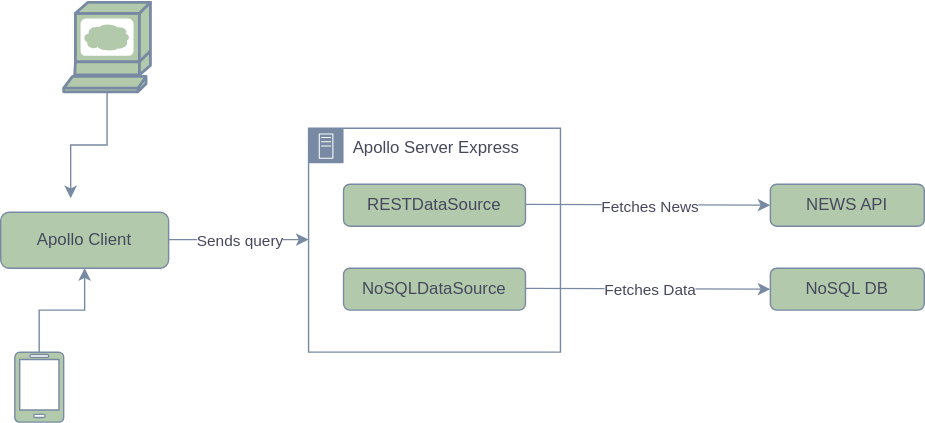
Above: screenshots/wireframe/flow.svg in MKS-01/GraphQL-NewsApi (draw.io), before the change. Source tidied: cells renumbered, new cells last; positions are measured from the earlier drawing's top-left corner, leaving out a move shared by most shapes. The source it was exported from:
```xml
<mxGraphModel>
  <root>
    <mxCell id="0" />
    <mxCell id="1" parent="0" />
    <mxCell id="2" value="Apollo Client" style="rounded=1;whiteSpace=wrap;html=1;spacing=0;fillColor=#B2C9AB;strokeColor=#788AA3;fontColor=#46495D;" parent="1" vertex="1">
      <mxGeometry y="150" width="120" height="40" as="geometry" />
    </mxCell>
    <mxCell id="3" value="NEWS API" style="rounded=1;whiteSpace=wrap;html=1;spacing=0;fillColor=#B2C9AB;strokeColor=#788AA3;fontColor=#46495D;" parent="1" vertex="1">
      <mxGeometry x="550" y="130" width="110" height="30" as="geometry" />
    </mxCell>
    <mxCell id="4" style="endArrow=classic;html=1;strokeColor=#788AA3;fontColor=#46495D;" parent="1" edge="1">
      <mxGeometry relative="1" as="geometry">
        <mxPoint x="120" y="169.6" as="sourcePoint" />
        <mxPoint x="220" y="169.6" as="targetPoint" />
      </mxGeometry>
    </mxCell>
    <mxCell id="5" value="Sends query" style="edgeLabel;html=1;align=center;verticalAlign=middle;fontColor=#46495D;" parent="4" vertex="1">
      <mxGeometry relative="1" as="geometry" />
    </mxCell>
    <mxCell id="6" value="NoSQLDataSource" style="rounded=1;whiteSpace=wrap;html=1;spacing=0;fillColor=#B2C9AB;strokeColor=#788AA3;fontColor=#46495D;" parent="1" vertex="1">
      <mxGeometry x="245" y="190" width="130" height="30" as="geometry" />
    </mxCell>
    <mxCell id="7" value="RESTDataSource" style="rounded=1;whiteSpace=wrap;html=1;spacing=0;fillColor=#B2C9AB;strokeColor=#788AA3;fontColor=#46495D;" parent="1" vertex="1">
      <mxGeometry x="245" y="130" width="130" height="30" as="geometry" />
    </mxCell>
    <mxCell id="8" value="Apollo Server Express" style="html=1;whiteSpace=wrap;fontSize=12;fontStyle=0;shape=mxgraph.aws4.group;grIcon=mxgraph.aws4.group_on_premise;fillColor=none;verticalAlign=top;align=left;spacingLeft=30;dashed=0;labelBackgroundColor=none;strokeColor=#788AA3;fontColor=#46495D;" parent="1" vertex="1">
      <mxGeometry x="220" y="90" width="180" height="160" as="geometry" />
    </mxCell>
    <mxCell id="9" value="NoSQL DB" style="rounded=1;whiteSpace=wrap;html=1;spacing=0;fillColor=#B2C9AB;strokeColor=#788AA3;fontColor=#46495D;" parent="1" vertex="1">
      <mxGeometry x="550" y="190" width="110" height="30" as="geometry" />
    </mxCell>
    <mxCell id="10" style="endArrow=classic;html=1;entryX=0;entryY=0.5;entryDx=0;entryDy=0;strokeColor=#788AA3;fontColor=#46495D;" parent="1" edge="1" target="9">
      <mxGeometry relative="1" as="geometry">
        <mxPoint x="375" y="204.4" as="sourcePoint" />
      </mxGeometry>
    </mxCell>
    <mxCell id="11" value="Fetches Data" style="edgeLabel;html=1;align=center;verticalAlign=middle;fontColor=#46495D;" parent="10" vertex="1">
      <mxGeometry relative="1" as="geometry" />
    </mxCell>
    <mxCell id="12" style="endArrow=classic;html=1;entryX=0;entryY=0.5;entryDx=0;entryDy=0;strokeColor=#788AA3;fontColor=#46495D;" parent="1" edge="1" target="3">
      <mxGeometry relative="1" as="geometry">
        <mxPoint x="375" y="144.4" as="sourcePoint" />
      </mxGeometry>
    </mxCell>
    <mxCell id="13" value="Fetches News" style="edgeLabel;html=1;align=center;verticalAlign=middle;fontColor=#46495D;" parent="12" vertex="1">
      <mxGeometry relative="1" as="geometry" />
    </mxCell>
    <mxCell id="14" style="edgeStyle=orthogonalEdgeStyle;rounded=0;jettySize=auto;html=1;strokeColor=#788AA3;fontColor=#46495D;" parent="1" edge="1" source="15" target="2">
      <mxGeometry relative="1" as="geometry" />
    </mxCell>
    <mxCell id="15" style="verticalLabelPosition=bottom;html=1;verticalAlign=top;align=center;shape=mxgraph.azure.mobile;labelBackgroundColor=none;fillColor=#B2C9AB;strokeColor=#788AA3;fontColor=#46495D;" parent="1" vertex="1">
      <mxGeometry x="10" y="250" width="35" height="50" as="geometry" />
    </mxCell>
    <mxCell id="16" style="edgeStyle=orthogonalEdgeStyle;rounded=0;jettySize=auto;html=1;strokeColor=#788AA3;fontColor=#46495D;" parent="1" edge="1" source="17">
      <mxGeometry relative="1" as="geometry">
        <mxPoint x="50" y="140" as="targetPoint" />
      </mxGeometry>
    </mxCell>
    <mxCell id="17" style="shape=mxgraph.cisco.computers_and_peripherals.web_browser;html=1;dashed=0;strokeWidth=2;verticalLabelPosition=bottom;verticalAlign=top;align=center;outlineConnect=0;labelBackgroundColor=none;fillColor=#B2C9AB;strokeColor=#788AA3;fontColor=#46495D;" parent="1" vertex="1">
      <mxGeometry x="45" width="62" height="64" as="geometry" />
    </mxCell>
  </root>
</mxGraphModel>
```
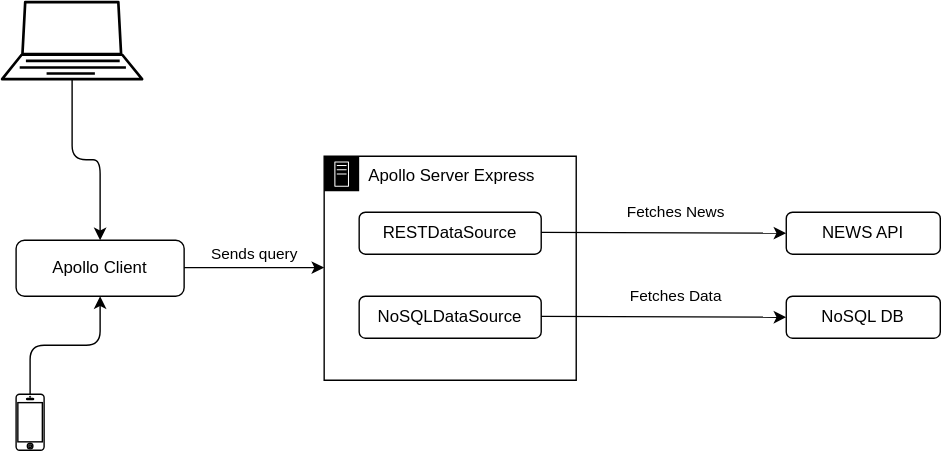
After the change.

What changed in the source:
```diff
@@ -2,62 +2,66 @@
   <root>
     <mxCell id="0" />
     <mxCell id="1" parent="0" />
-    <mxCell id="2" value="Apollo Client" style="rounded=1;whiteSpace=wrap;html=1;spacing=0;fillColor=#B2C9AB;strokeColor=#788AA3;fontColor=#46495D;" parent="1" vertex="1">
+    <mxCell id="2" value="Apollo Client" style="whiteSpace=wrap;html=1;spacing=0;rounded=1;" parent="1" vertex="1">
       <mxGeometry y="150" width="120" height="40" as="geometry" />
     </mxCell>
-    <mxCell id="3" value="NEWS API" style="rounded=1;whiteSpace=wrap;html=1;spacing=0;fillColor=#B2C9AB;strokeColor=#788AA3;fontColor=#46495D;" parent="1" vertex="1">
+    <mxCell id="3" value="NEWS API" style="whiteSpace=wrap;html=1;spacing=0;rounded=1;" parent="1" vertex="1">
       <mxGeometry x="550" y="130" width="110" height="30" as="geometry" />
     </mxCell>
-    <mxCell id="4" style="endArrow=classic;html=1;strokeColor=#788AA3;fontColor=#46495D;" parent="1" edge="1">
+    <mxCell id="4" style="endArrow=classic;html=1;" parent="1" edge="1">
       <mxGeometry relative="1" as="geometry">
         <mxPoint x="120" y="169.6" as="sourcePoint" />
         <mxPoint x="220" y="169.6" as="targetPoint" />
       </mxGeometry>
     </mxCell>
-    <mxCell id="5" value="Sends query" style="edgeLabel;html=1;align=center;verticalAlign=middle;fontColor=#46495D;" parent="4" vertex="1">
-      <mxGeometry relative="1" as="geometry" />
+    <mxCell id="5" value="Sends query" style="edgeLabel;html=1;align=center;verticalAlign=middle;labelBackgroundColor=none;rounded=1;labelBorderColor=none;" parent="4" vertex="1">
+      <mxGeometry relative="1" as="geometry">
+        <mxPoint y="-10" as="offset" />
+      </mxGeometry>
     </mxCell>
-    <mxCell id="6" value="NoSQLDataSource" style="rounded=1;whiteSpace=wrap;html=1;spacing=0;fillColor=#B2C9AB;strokeColor=#788AA3;fontColor=#46495D;" parent="1" vertex="1">
+    <mxCell id="6" value="NoSQLDataSource" style="whiteSpace=wrap;html=1;spacing=0;rounded=1;" parent="1" vertex="1">
       <mxGeometry x="245" y="190" width="130" height="30" as="geometry" />
     </mxCell>
-    <mxCell id="7" value="RESTDataSource" style="rounded=1;whiteSpace=wrap;html=1;spacing=0;fillColor=#B2C9AB;strokeColor=#788AA3;fontColor=#46495D;" parent="1" vertex="1">
+    <mxCell id="7" value="RESTDataSource" style="whiteSpace=wrap;html=1;spacing=0;rounded=1;" parent="1" vertex="1">
       <mxGeometry x="245" y="130" width="130" height="30" as="geometry" />
     </mxCell>
-    <mxCell id="8" value="Apollo Server Express" style="html=1;whiteSpace=wrap;fontSize=12;fontStyle=0;shape=mxgraph.aws4.group;grIcon=mxgraph.aws4.group_on_premise;fillColor=none;verticalAlign=top;align=left;spacingLeft=30;dashed=0;labelBackgroundColor=none;strokeColor=#788AA3;fontColor=#46495D;" parent="1" vertex="1">
+    <mxCell id="8" value="Apollo Server Express" style="html=1;whiteSpace=wrap;fontSize=12;fontStyle=0;shape=mxgraph.aws4.group;grIcon=mxgraph.aws4.group_on_premise;fillColor=none;verticalAlign=top;align=left;spacingLeft=30;dashed=0;labelBackgroundColor=none;rounded=1;" parent="1" vertex="1">
       <mxGeometry x="220" y="90" width="180" height="160" as="geometry" />
     </mxCell>
-    <mxCell id="9" value="NoSQL DB" style="rounded=1;whiteSpace=wrap;html=1;spacing=0;fillColor=#B2C9AB;strokeColor=#788AA3;fontColor=#46495D;" parent="1" vertex="1">
+    <mxCell id="9" value="NoSQL DB" style="whiteSpace=wrap;html=1;spacing=0;rounded=1;" parent="1" vertex="1">
       <mxGeometry x="550" y="190" width="110" height="30" as="geometry" />
     </mxCell>
-    <mxCell id="10" style="endArrow=classic;html=1;entryX=0;entryY=0.5;entryDx=0;entryDy=0;strokeColor=#788AA3;fontColor=#46495D;" parent="1" edge="1" target="9">
+    <mxCell id="10" style="endArrow=classic;html=1;entryX=0;entryY=0.5;entryDx=0;entryDy=0;" parent="1" edge="1" target="9">
       <mxGeometry relative="1" as="geometry">
         <mxPoint x="375" y="204.4" as="sourcePoint" />
       </mxGeometry>
     </mxCell>
-    <mxCell id="11" value="Fetches Data" style="edgeLabel;html=1;align=center;verticalAlign=middle;fontColor=#46495D;" parent="10" vertex="1">
-      <mxGeometry relative="1" as="geometry" />
+    <mxCell id="11" value="Fetches Data" style="edgeLabel;html=1;align=center;verticalAlign=middle;labelBackgroundColor=none;rounded=1;" parent="10" vertex="1">
+      <mxGeometry relative="1" as="geometry">
+        <mxPoint x="8" y="-15" as="offset" />
+      </mxGeometry>
     </mxCell>
-    <mxCell id="12" style="endArrow=classic;html=1;entryX=0;entryY=0.5;entryDx=0;entryDy=0;strokeColor=#788AA3;fontColor=#46495D;" parent="1" edge="1" target="3">
+    <mxCell id="12" style="endArrow=classic;html=1;entryX=0;entryY=0.5;entryDx=0;entryDy=0;" parent="1" edge="1" target="3">
       <mxGeometry relative="1" as="geometry">
         <mxPoint x="375" y="144.4" as="sourcePoint" />
       </mxGeometry>
     </mxCell>
-    <mxCell id="13" value="Fetches News" style="edgeLabel;html=1;align=center;verticalAlign=middle;fontColor=#46495D;" parent="12" vertex="1">
-      <mxGeometry relative="1" as="geometry" />
+    <mxCell id="13" value="Fetches News" style="edgeLabel;html=1;align=center;verticalAlign=middle;labelBackgroundColor=none;rounded=1;" parent="12" vertex="1">
+      <mxGeometry relative="1" as="geometry">
+        <mxPoint x="8" y="-15" as="offset" />
+      </mxGeometry>
     </mxCell>
-    <mxCell id="14" style="edgeStyle=orthogonalEdgeStyle;rounded=0;jettySize=auto;html=1;strokeColor=#788AA3;fontColor=#46495D;" parent="1" edge="1" source="15" target="2">
-      <mxGeometry relative="1" as="geometry" />
-    </mxCell>
-    <mxCell id="15" style="verticalLabelPosition=bottom;html=1;verticalAlign=top;align=center;shape=mxgraph.azure.mobile;labelBackgroundColor=none;fillColor=#B2C9AB;strokeColor=#788AA3;fontColor=#46495D;" parent="1" vertex="1">
-      <mxGeometry x="10" y="250" width="35" height="50" as="geometry" />
-    </mxCell>
-    <mxCell id="16" style="edgeStyle=orthogonalEdgeStyle;rounded=0;jettySize=auto;html=1;strokeColor=#788AA3;fontColor=#46495D;" parent="1" edge="1" source="17">
-      <mxGeometry relative="1" as="geometry">
-        <mxPoint x="50" y="140" as="targetPoint" />
-      </mxGeometry>
-    </mxCell>
-    <mxCell id="17" style="shape=mxgraph.cisco.computers_and_peripherals.web_browser;html=1;dashed=0;strokeWidth=2;verticalLabelPosition=bottom;verticalAlign=top;align=center;outlineConnect=0;labelBackgroundColor=none;fillColor=#B2C9AB;strokeColor=#788AA3;fontColor=#46495D;" parent="1" vertex="1">
-      <mxGeometry x="45" width="62" height="64" as="geometry" />
-    </mxCell>
+    <mxCell id="18" style="edgeStyle=orthogonalEdgeStyle;jettySize=auto;html=1;" parent="1" edge="1" source="19" target="2">
+      <mxGeometry relative="1" as="geometry" />
+    </mxCell>
+    <mxCell id="19" style="html=1;verticalLabelPosition=bottom;verticalAlign=top;shadow=0;dashed=0;strokeWidth=1;shape=mxgraph.ios7.misc.iphone;rounded=1;" parent="1" vertex="1">
+      <mxGeometry y="260" width="20" height="40" as="geometry" />
+    </mxCell>
+    <mxCell id="20" style="edgeStyle=orthogonalEdgeStyle;jettySize=auto;html=1;" parent="1" edge="1" source="21" target="2">
+      <mxGeometry relative="1" as="geometry" />
+    </mxCell>
+    <mxCell id="21" style="verticalAlign=top;verticalLabelPosition=bottom;labelPosition=center;align=center;html=1;outlineConnect=0;gradientDirection=north;strokeWidth=2;shape=mxgraph.networks.laptop;labelBackgroundColor=none;rounded=1;" parent="1" vertex="1">
+      <mxGeometry x="-10" y="-20" width="100" height="55" as="geometry" />
+    </mxCell>
   </root>
 </mxGraphModel>
```
